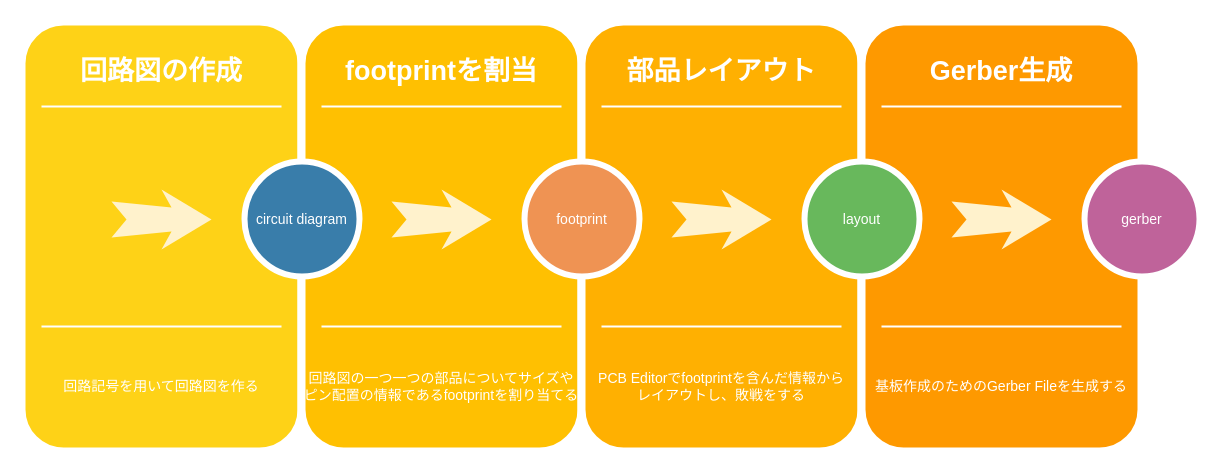
Above: images/KiCAD7.drawio in etalli/HOWTO (draw.io), before the change. Source tidied: cells renumbered, new cells numbered last; positions are measured from the earlier drawing's top-left corner, leaving out a move shared by most shapes. Both pictures are drawn from the tidied source at 100%, with x=0, y=0 at pixel (21, 21).
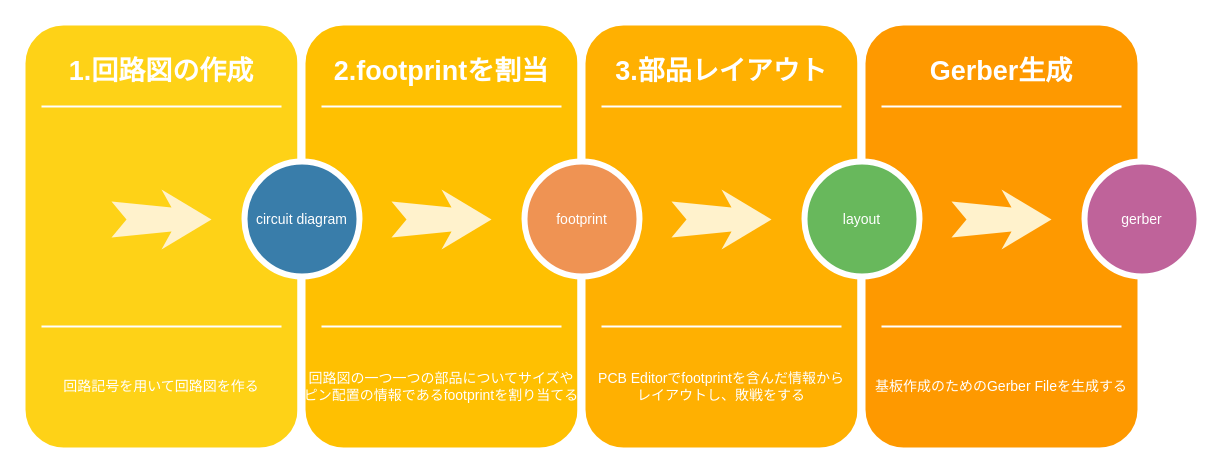
Above is the later version.

What changed in the source:
```diff
@@
-    <mxCell id="3" value="回路図の作成" style="text;html=1;strokeColor=none;fillColor=none;align=center;verticalAlign=middle;whiteSpace=wrap;rounded=0;shadow=0;fontSize=27;fontColor=#FFFFFF;fontStyle=1;" parent="1" vertex="1">
+    <mxCell id="3" value="1.回路図の作成" style="text;html=1;strokeColor=none;fillColor=none;align=center;verticalAlign=middle;whiteSpace=wrap;rounded=0;shadow=0;fontSize=27;fontColor=#FFFFFF;fontStyle=1;" parent="1" vertex="1">
       <mxGeometry y="20" width="280" height="60" as="geometry" />
     </mxCell>
@@
-    <mxCell id="9" value="footprintを割当" style="text;html=1;strokeColor=none;fillColor=none;align=center;verticalAlign=middle;whiteSpace=wrap;rounded=0;shadow=0;fontSize=27;fontColor=#FFFFFF;fontStyle=1;" parent="1" vertex="1">
+    <mxCell id="9" value="2.footprintを割当" style="text;html=1;strokeColor=none;fillColor=none;align=center;verticalAlign=middle;whiteSpace=wrap;rounded=0;shadow=0;fontSize=27;fontColor=#FFFFFF;fontStyle=1;" parent="1" vertex="1">
       <mxGeometry x="280" y="20" width="280" height="60" as="geometry" />
     </mxCell>
@@
-    <mxCell id="16" value="部品レイアウト" style="text;html=1;strokeColor=none;fillColor=none;align=center;verticalAlign=middle;whiteSpace=wrap;rounded=0;shadow=0;fontSize=27;fontColor=#FFFFFF;fontStyle=1;" parent="1" vertex="1">
+    <mxCell id="16" value="3.部品レイアウト" style="text;html=1;strokeColor=none;fillColor=none;align=center;verticalAlign=middle;whiteSpace=wrap;rounded=0;shadow=0;fontSize=27;fontColor=#FFFFFF;fontStyle=1;" parent="1" vertex="1">
       <mxGeometry x="560" y="20" width="280" height="60" as="geometry" />
     </mxCell>
```
